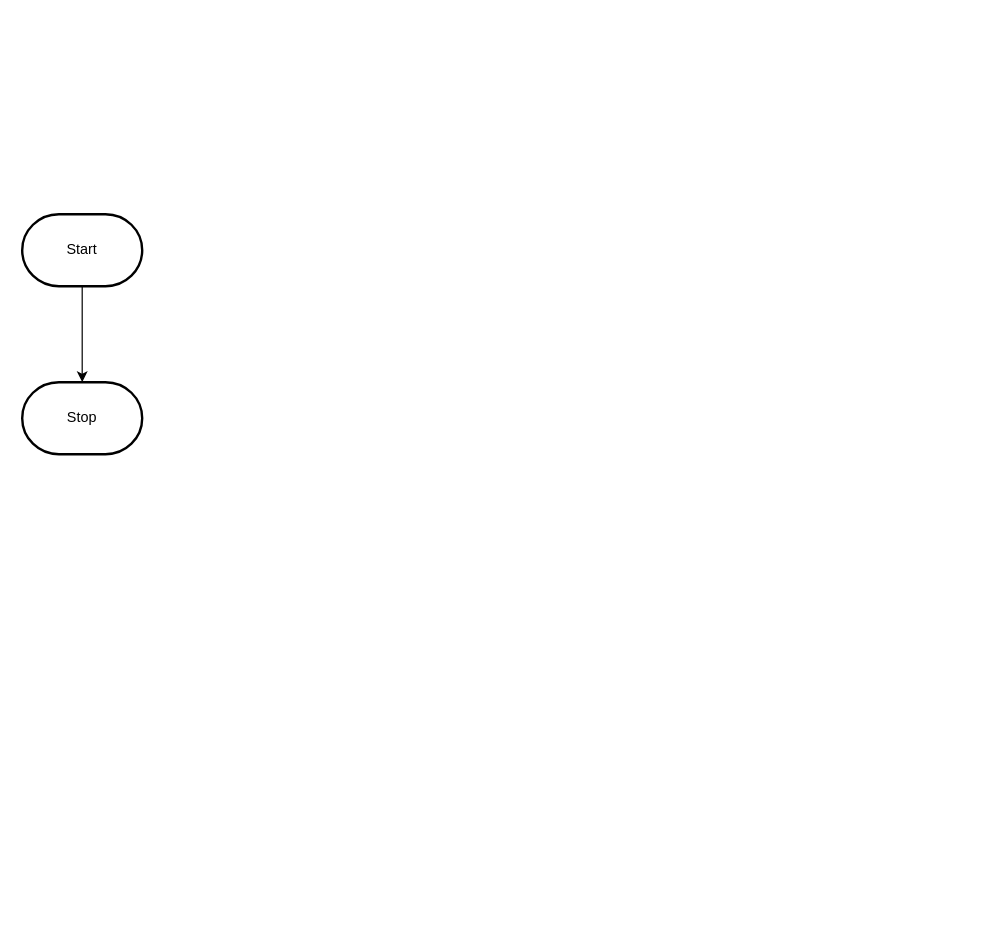
This is design/flowchart.drawio from MTHS-ICS2O-2-2022/ics2o---unit-5-05-Mariam-Kasim, a draw.io file, before an edit. Source tidied: cells renumbered, new cells numbered last; positions are measured from the earlier drawing's top-left corner, leaving out a move shared by most shapes. Both pictures are drawn from the tidied source at 120%, with x=0, y=0 at pixel (22, 214).
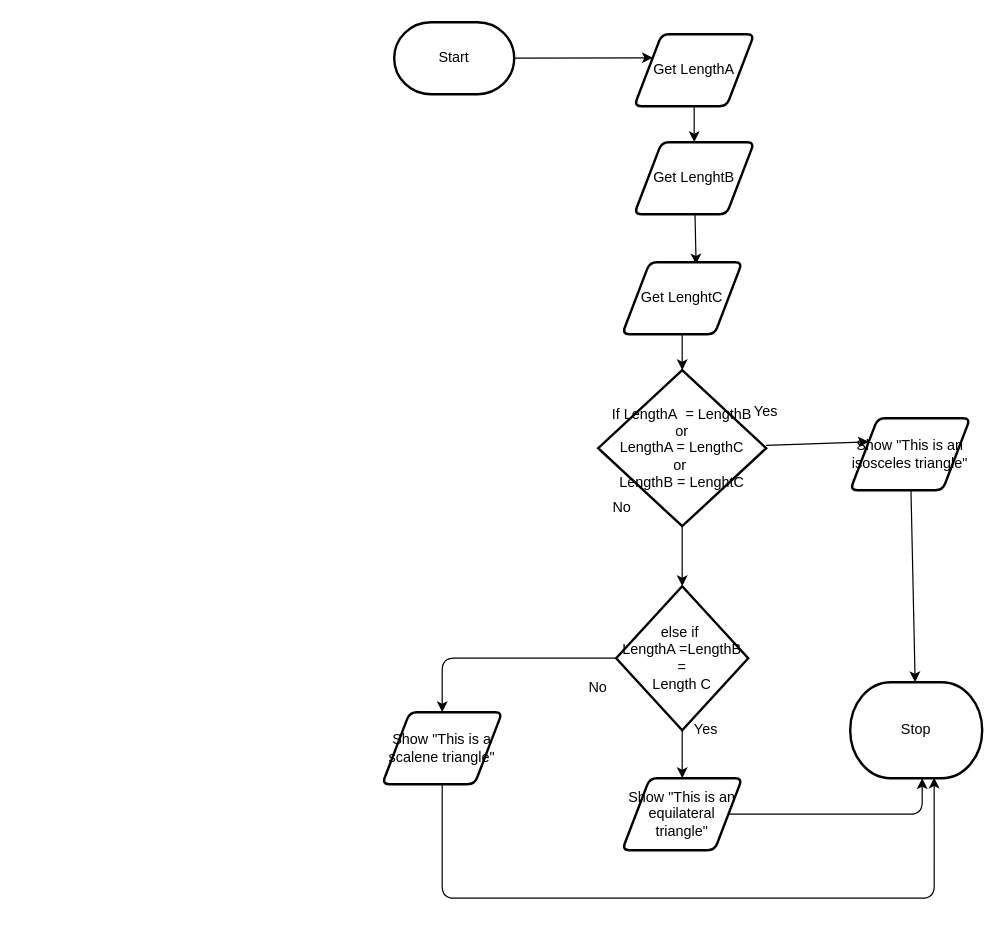
The same diagram, later.

What changed in the source:
```diff
@@
-    <mxCell id="2" style="edgeStyle=orthogonalEdgeStyle;html=1;rounded=0;" parent="1" edge="1" source="3" target="4">
-      <mxGeometry relative="1" as="geometry" />
-    </mxCell>
+    <mxCell id="5" style="edgeStyle=none;html=1;entryX=0;entryY=0.25;entryDx=0;entryDy=0;" parent="1" edge="1" source="3" target="7">
+      <mxGeometry relative="1" as="geometry" />
+    </mxCell>
     <mxCell id="3" value="Start" style="strokeWidth=2;html=1;shape=mxgraph.flowchart.terminator;whiteSpace=wrap;" parent="1" vertex="1">
-      <mxGeometry width="100" height="60" as="geometry" />
+      <mxGeometry x="310" y="-160" width="100" height="60" as="geometry" />
     </mxCell>
     <mxCell id="4" value="Stop" style="strokeWidth=2;html=1;shape=mxgraph.flowchart.terminator;whiteSpace=wrap;" parent="1" vertex="1">
-      <mxGeometry y="140" width="100" height="60" as="geometry" />
+      <mxGeometry x="690" y="390" width="110" height="80" as="geometry" />
     </mxCell>
+    <mxCell id="6" style="edgeStyle=none;html=1;" parent="1" edge="1" source="7" target="16">
+      <mxGeometry relative="1" as="geometry" />
+    </mxCell>
+    <mxCell id="7" value="Get LengthA" style="shape=parallelogram;html=1;strokeWidth=2;perimeter=parallelogramPerimeter;whiteSpace=wrap;rounded=1;arcSize=12;size=0.23;" parent="1" vertex="1">
+      <mxGeometry x="510" y="-150" width="100" height="60" as="geometry" />
+    </mxCell>
+    <mxCell id="8" value="Yes" style="text;strokeColor=none;align=center;fillColor=none;html=1;verticalAlign=middle;whiteSpace=wrap;rounded=0;" parent="1" vertex="1">
+      <mxGeometry x="590" y="150" width="60" height="30" as="geometry" />
+    </mxCell>
+    <mxCell id="9" value="No" style="text;strokeColor=none;align=center;fillColor=none;html=1;verticalAlign=middle;whiteSpace=wrap;rounded=0;" parent="1" vertex="1">
+      <mxGeometry x="470" y="230" width="60" height="30" as="geometry" />
+    </mxCell>
+    <mxCell id="10" style="edgeStyle=none;html=1;entryX=0;entryY=0.25;entryDx=0;entryDy=0;" parent="1" edge="1" source="12" target="14">
+      <mxGeometry relative="1" as="geometry" />
+    </mxCell>
+    <mxCell id="11" style="edgeStyle=none;html=1;entryX=0.5;entryY=0;entryDx=0;entryDy=0;" parent="1" edge="1" source="12">
+      <mxGeometry relative="1" as="geometry">
+        <mxPoint x="550" y="310" as="targetPoint" />
+      </mxGeometry>
+    </mxCell>
+    <mxCell id="12" value="If LengthA&amp;nbsp; = LengthB&lt;br&gt;or&lt;br&gt;LengthA = LengthC&lt;br&gt;or&amp;nbsp;&lt;br&gt;LengthB = LenghtC" style="strokeWidth=2;html=1;shape=mxgraph.flowchart.decision;whiteSpace=wrap;" parent="1" vertex="1">
+      <mxGeometry x="480" y="130" width="140" height="130" as="geometry" />
+    </mxCell>
+    <mxCell id="13" style="edgeStyle=none;html=1;" parent="1" edge="1" source="14" target="4">
+      <mxGeometry relative="1" as="geometry" />
+    </mxCell>
+    <mxCell id="14" value="Show &quot;This is an isosceles triangle&quot;" style="shape=parallelogram;html=1;strokeWidth=2;perimeter=parallelogramPerimeter;whiteSpace=wrap;rounded=1;arcSize=12;size=0.23;" parent="1" vertex="1">
+      <mxGeometry x="690" y="170" width="100" height="60" as="geometry" />
+    </mxCell>
+    <mxCell id="15" style="edgeStyle=none;html=1;entryX=0.616;entryY=0.03;entryDx=0;entryDy=0;entryPerimeter=0;" parent="1" edge="1" source="16" target="18">
+      <mxGeometry relative="1" as="geometry" />
+    </mxCell>
+    <mxCell id="16" value="Get LenghtB" style="shape=parallelogram;html=1;strokeWidth=2;perimeter=parallelogramPerimeter;whiteSpace=wrap;rounded=1;arcSize=12;size=0.23;" parent="1" vertex="1">
+      <mxGeometry x="510" y="-60" width="100" height="60" as="geometry" />
+    </mxCell>
+    <mxCell id="17" style="edgeStyle=none;html=1;entryX=0.5;entryY=0;entryDx=0;entryDy=0;entryPerimeter=0;" parent="1" edge="1" source="18" target="12">
+      <mxGeometry relative="1" as="geometry" />
+    </mxCell>
+    <mxCell id="18" value="Get LenghtC" style="shape=parallelogram;html=1;strokeWidth=2;perimeter=parallelogramPerimeter;whiteSpace=wrap;rounded=1;arcSize=12;size=0.23;" parent="1" vertex="1">
+      <mxGeometry x="500" y="40" width="100" height="60" as="geometry" />
+    </mxCell>
+    <mxCell id="19" style="edgeStyle=none;html=1;" parent="1" edge="1" source="21" target="23">
+      <mxGeometry relative="1" as="geometry" />
+    </mxCell>
+    <mxCell id="20" style="edgeStyle=none;html=1;entryX=0.5;entryY=0;entryDx=0;entryDy=0;entryPerimeter=0;" parent="1" edge="1" source="21">
+      <mxGeometry relative="1" as="geometry">
+        <mxPoint x="350" y="415" as="targetPoint" />
+        <Array as="points">
+          <mxPoint x="350" y="370" />
+        </Array>
+      </mxGeometry>
+    </mxCell>
+    <mxCell id="21" value="else if&amp;nbsp;&lt;br&gt;LengthA =LengthB =&lt;br&gt;Length C" style="strokeWidth=2;html=1;shape=mxgraph.flowchart.decision;whiteSpace=wrap;" parent="1" vertex="1">
+      <mxGeometry x="495" y="310" width="110" height="120" as="geometry" />
+    </mxCell>
+    <mxCell id="22" style="edgeStyle=none;html=1;" parent="1" edge="1" source="23">
+      <mxGeometry relative="1" as="geometry">
+        <mxPoint x="750" y="470" as="targetPoint" />
+        <Array as="points">
+          <mxPoint x="750" y="500" />
+        </Array>
+      </mxGeometry>
+    </mxCell>
+    <mxCell id="23" value="Show &quot;This is an equilateral triangle&quot;" style="shape=parallelogram;html=1;strokeWidth=2;perimeter=parallelogramPerimeter;whiteSpace=wrap;rounded=1;arcSize=12;size=0.23;" parent="1" vertex="1">
+      <mxGeometry x="500" y="470" width="100" height="60" as="geometry" />
+    </mxCell>
+    <mxCell id="24" value="Yes" style="text;strokeColor=none;align=center;fillColor=none;html=1;verticalAlign=middle;whiteSpace=wrap;rounded=0;" parent="1" vertex="1">
+      <mxGeometry x="540" y="415" width="60" height="30" as="geometry" />
+    </mxCell>
+    <mxCell id="25" value="No" style="text;strokeColor=none;align=center;fillColor=none;html=1;verticalAlign=middle;whiteSpace=wrap;rounded=0;" parent="1" vertex="1">
+      <mxGeometry x="450" y="380" width="60" height="30" as="geometry" />
+    </mxCell>
+    <mxCell id="26" style="edgeStyle=none;html=1;entryX=0.636;entryY=0.994;entryDx=0;entryDy=0;entryPerimeter=0;" parent="1" edge="1" source="27" target="4">
+      <mxGeometry relative="1" as="geometry">
+        <Array as="points">
+          <mxPoint x="350" y="570" />
+          <mxPoint x="760" y="570" />
+        </Array>
+      </mxGeometry>
+    </mxCell>
+    <mxCell id="27" value="Show &quot;This is a scalene triangle&quot;" style="shape=parallelogram;html=1;strokeWidth=2;perimeter=parallelogramPerimeter;whiteSpace=wrap;rounded=1;arcSize=12;size=0.23;" parent="1" vertex="1">
+      <mxGeometry x="300" y="415" width="100" height="60" as="geometry" />
+    </mxCell>
```
